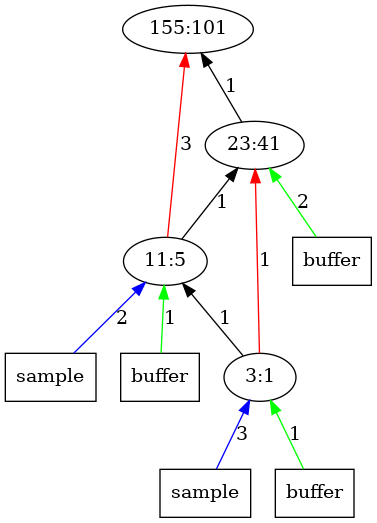
Before: outputImages/op101.png.png, a diagram exported from Graphviz (AbhikKhan/MTP_IITG). Its source is kept beside it as outputTrees/op101.dot.
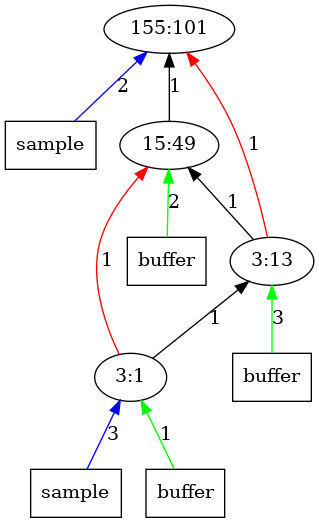
After the change.

Diff of the diagram source:
```diff
@@ -1,17 +1,17 @@
 digraph Tree{
 	rankdir="BT"
+	x11 -> 1 [label = "2", color = "blue"];
+	x11 [label = "sample", shape = "box"];
 	1 [label = "155:101"];
 	x22 -> 2 [label = "2", color = "green"];
 	x22 [label = "buffer", shape = "box"];
 	2 -> 1 [label = "1", color = "black"];
-	2 [label = "23:41"];
+	2 [label = "15:49"];
+	x32 -> 3 [label = "3", color = "green"];
+	x32 [label = "buffer", shape = "box"];
+	3 -> 1 [label = "1", color = "red"];
 	3 -> 2 [label = "1", color = "black"];
-	x32 -> 3 [label = "1", color = "green"];
-	x32 [label = "buffer", shape = "box"];
-	3 -> 1 [label = "3", color = "red"];
-	x31 -> 3 [label = "2", color = "blue"];
-	x31 [label = "sample", shape = "box"];
-	3 [label = "11:5"];
+	3 [label = "3:13"];
 	4 -> 3 [label = "1", color = "black"];
 	4 -> 2 [label = "1", color = "red"];
 	x41 -> 4 [label = "3", color = "blue"];
```
